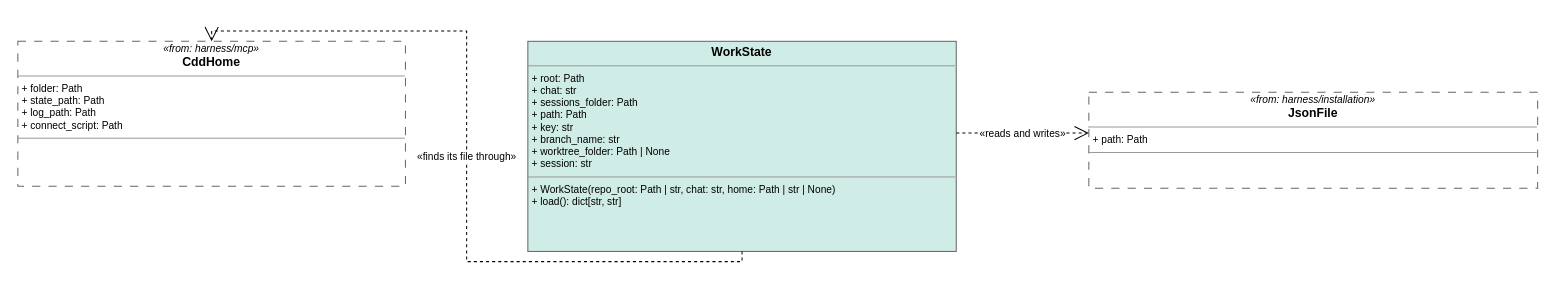
Before: page "space/work_state" (15 of 30) of .context/model/repo-model.drawio in abd-works/abd-context-driven-delivery, a draw.io diagram. Source tidied: cells renumbered, new cells numbered last; positions are measured from the earlier drawing's top-left corner, leaving out a move shared by most shapes. Both pictures are drawn from the tidied source at 102%, with x=0, y=0 at pixel (17, 41).
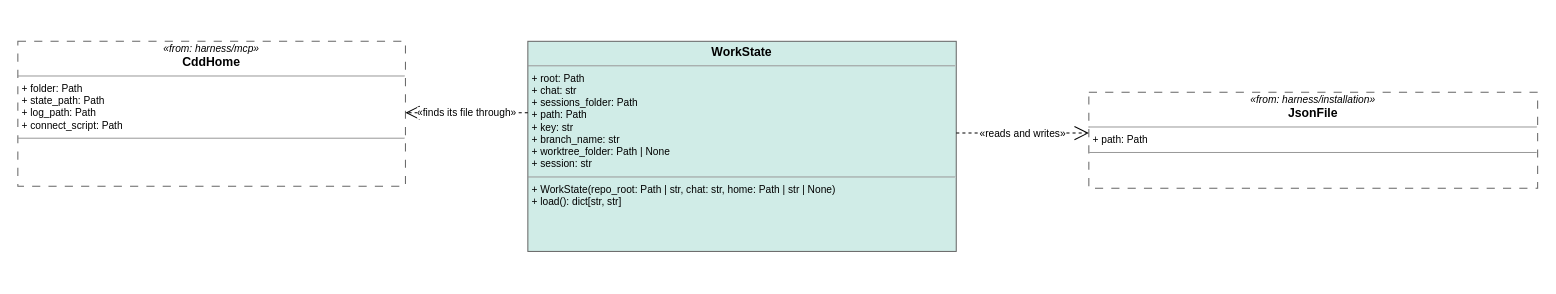
The same diagram, later.

Change to the diagram source:
```diff
@@
 <mxGraphModel>
   <root>
     <mxCell id="0" />
     <mxCell id="1" parent="0" />
     <mxCell id="2" value="&lt;p style=&quot;margin:0px;margin-top:2px;text-align:center;font-size:10px;&quot;&gt;&lt;i&gt;«from: harness/installation»&lt;/i&gt;&lt;/p&gt;&lt;p style=&quot;margin:0px;text-align:center;&quot;&gt;&lt;b&gt;JsonFile&lt;/b&gt;&lt;/p&gt;&lt;hr size=&quot;1&quot;/&gt;&lt;p style=&quot;margin:0px;margin-left:4px;font-size:10px;&quot;&gt;+ path: Path&lt;br/&gt;&lt;/p&gt;&lt;hr size=&quot;1&quot;/&gt;&lt;p style=&quot;margin:0px;margin-left:4px;font-size:10px;&quot;&gt;&lt;br/&gt;&lt;/p&gt;" style="verticalAlign=top;align=left;overflow=fill;fontSize=12;fontFamily=Helvetica;html=1;whiteSpace=wrap;dashed=1;dashPattern=8 8;strokeColor=#666666;" parent="1" vertex="1">
       <mxGeometry x="1050" y="50" width="440" height="94" as="geometry" />
     </mxCell>
     <mxCell id="3" value="&lt;p style=&quot;margin:0px;margin-top:2px;text-align:center;font-size:10px;&quot;&gt;&lt;i&gt;«from: harness/mcp»&lt;/i&gt;&lt;/p&gt;&lt;p style=&quot;margin:0px;text-align:center;&quot;&gt;&lt;b&gt;CddHome&lt;/b&gt;&lt;/p&gt;&lt;hr size=&quot;1&quot;/&gt;&lt;p style=&quot;margin:0px;margin-left:4px;font-size:10px;&quot;&gt;+ folder: Path&lt;br/&gt;+ state_path: Path&lt;br/&gt;+ log_path: Path&lt;br/&gt;+ connect_script: Path&lt;br/&gt;&lt;/p&gt;&lt;hr size=&quot;1&quot;/&gt;&lt;p style=&quot;margin:0px;margin-left:4px;font-size:10px;&quot;&gt;&lt;br/&gt;&lt;/p&gt;" style="verticalAlign=top;align=left;overflow=fill;fontSize=12;fontFamily=Helvetica;html=1;whiteSpace=wrap;dashed=1;dashPattern=8 8;strokeColor=#666666;" parent="1" vertex="1">
       <mxGeometry width="380" height="142" as="geometry" />
     </mxCell>
     <mxCell id="4" value="&lt;p style=&quot;margin:0px;margin-top:4px;text-align:center;&quot;&gt;&lt;b&gt;WorkState&lt;/b&gt;&lt;/p&gt;&lt;hr size=&quot;1&quot;/&gt;&lt;p style=&quot;margin:0px;margin-left:4px;font-size:10px;&quot;&gt;+ root: Path&lt;br/&gt;+ chat: str&lt;br/&gt;+ sessions_folder: Path&lt;br/&gt;+ path: Path&lt;br/&gt;+ key: str&lt;br/&gt;+ branch_name: str&lt;br/&gt;+ worktree_folder: Path | None&lt;br/&gt;+ session: str&lt;br/&gt;&lt;/p&gt;&lt;hr size=&quot;1&quot;/&gt;&lt;p style=&quot;margin:0px;margin-left:4px;font-size:10px;&quot;&gt;+ WorkState(repo_root: Path | str, chat: str, home: Path | str | None)&lt;br/&gt;+ load(): dict[str, str]&lt;br/&gt;&lt;/p&gt;" style="verticalAlign=top;align=left;overflow=fill;fontSize=12;fontFamily=Helvetica;html=1;whiteSpace=wrap;fillColor=#d0ece7;strokeColor=#666666;module=space/work_state;" parent="1" vertex="1">
       <mxGeometry x="500" width="420" height="206" as="geometry" />
     </mxCell>
     <mxCell id="5" value="«reads and writes»" style="edgeStyle=orthogonalEdgeStyle;rounded=0;html=1;fontSize=10;labelBackgroundColor=#ffffff;dashed=1;endArrow=open;endSize=12;exitX=1.0;exitY=0.4369;exitDx=0;exitDy=0;exitPerimeter=0;entryX=0.0;entryY=0.4255;entryDx=0;entryDy=0;entryPerimeter=0;" parent="1" edge="1" source="4" target="2">
       <mxGeometry relative="1" as="geometry" />
     </mxCell>
-    <mxCell id="6" value="«finds its file through»" style="edgeStyle=orthogonalEdgeStyle;rounded=0;html=1;fontSize=10;labelBackgroundColor=#ffffff;dashed=1;endArrow=open;endSize=12;exitX=0.5;exitY=1.0;exitDx=0;exitDy=0;exitPerimeter=0;entryX=0.5;entryY=0.0;entryDx=0;entryDy=0;entryPerimeter=0;" parent="1" edge="1" source="4" target="3">
+    <mxCell id="6" value="«finds its file through»" style="edgeStyle=orthogonalEdgeStyle;rounded=0;html=1;fontSize=10;labelBackgroundColor=#ffffff;dashed=1;endArrow=open;endSize=12;exitX=0.0;exitY=0.3398;exitDx=0;exitDy=0;exitPerimeter=0;entryX=1.0;entryY=0.493;entryDx=0;entryDy=0;entryPerimeter=0;" parent="1" edge="1" source="4" target="3">
       <mxGeometry relative="1" as="geometry" />
     </mxCell>
   </root>
 </mxGraphModel>
```
